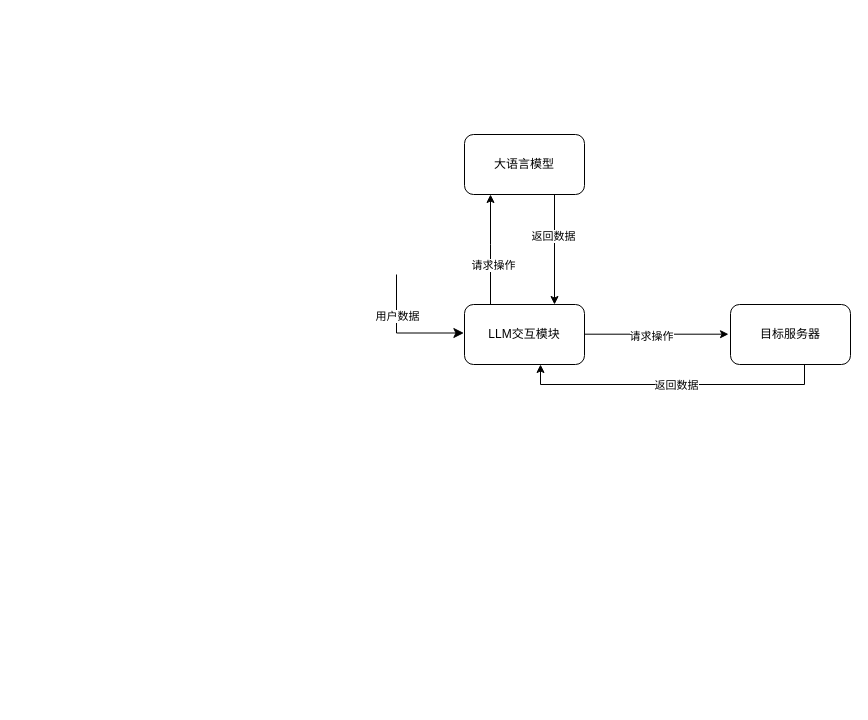
Earlier version of the draw.io diagram 一层数据流.drawio (RimLutienpeist/Draw_io_Repo). Source tidied: cells renumbered, new cells numbered last; positions are measured from the earlier drawing's top-left corner, leaving out a move shared by most shapes. Both pictures are drawn from the tidied source at 100%, with x=0, y=0 at pixel (396, 134).
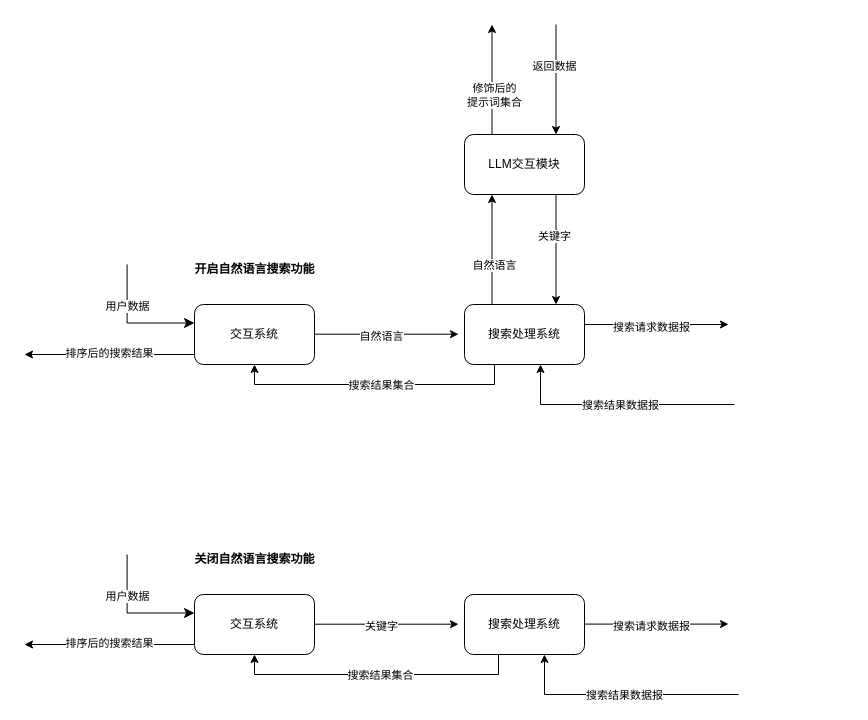
The same page after the edit.

Commit message (it also covers changes not shown here):
更新一层数据流.drawio

Change to the diagram source:
```diff
@@
-    <mxCell id="2" value="LLM交互模块" style="rounded=1;whiteSpace=wrap;html=1;" parent="1" vertex="1">
+    <mxCell id="2" value="搜索处理系统" style="rounded=1;whiteSpace=wrap;html=1;" parent="1" vertex="1">
       <mxGeometry x="68" y="170" width="120" height="60" as="geometry" />
     </mxCell>
-    <mxCell id="3" value="目标服务器" style="rounded=1;whiteSpace=wrap;html=1;" parent="1" vertex="1">
-      <mxGeometry x="334" y="170" width="120" height="60" as="geometry" />
-    </mxCell>
-    <mxCell id="4" value="大语言模型" style="rounded=1;whiteSpace=wrap;html=1;" parent="1" vertex="1">
+    <mxCell id="4" value="LLM交互模块" style="rounded=1;whiteSpace=wrap;html=1;" parent="1" vertex="1">
       <mxGeometry x="68" width="120" height="60" as="geometry" />
     </mxCell>
     <mxCell id="5" style="endArrow=classic;html=1;rounded=0;entryX=0.25;entryY=1;entryDx=0;entryDy=0;exitX=0.25;exitY=0;exitDx=0;exitDy=0;" parent="1" edge="1">
       <mxGeometry relative="1" as="geometry">
-        <mxPoint x="94" y="170" as="sourcePoint" />
-        <mxPoint x="94" y="60" as="targetPoint" />
+        <mxPoint x="95.5" as="sourcePoint" />
+        <mxPoint x="95.5" y="-110" as="targetPoint" />
         <Array as="points">
-          <mxPoint x="94" y="110" />
+          <mxPoint x="95.5" y="-60" />
         </Array>
       </mxGeometry>
     </mxCell>
-    <mxCell id="6" value="请求操作" style="edgeLabel;html=1;align=center;verticalAlign=middle;" parent="5" vertex="1">
+    <mxCell id="6" value="修饰后的&lt;br&gt;提示词集合" style="edgeLabel;html=1;align=center;verticalAlign=middle;" parent="5" vertex="1">
       <mxGeometry x="-0.03" y="-2" relative="1" as="geometry">
         <mxPoint y="13" as="offset" />
       </mxGeometry>
     </mxCell>
-    <mxCell id="7" style="endArrow=classic;html=1;rounded=0;exitX=0.75;exitY=1;exitDx=0;exitDy=0;entryX=0.75;entryY=0;entryDx=0;entryDy=0;" parent="1" edge="1" source="4" target="2">
-      <mxGeometry relative="1" as="geometry" />
+    <mxCell id="7" style="endArrow=classic;html=1;rounded=0;exitX=0.75;exitY=1;exitDx=0;exitDy=0;entryX=0.75;entryY=0;entryDx=0;entryDy=0;" parent="1" edge="1">
+      <mxGeometry relative="1" as="geometry">
+        <mxPoint x="159.5" y="-110" as="sourcePoint" />
+        <mxPoint x="159.5" as="targetPoint" />
+      </mxGeometry>
     </mxCell>
@@
     <mxCell id="9" style="endArrow=classic;html=1;rounded=0;exitX=1;exitY=0.5;exitDx=0;exitDy=0;entryX=0;entryY=0.5;entryDx=0;entryDy=0;" parent="1" edge="1">
       <mxGeometry relative="1" as="geometry">
-        <mxPoint x="188" y="199.7" as="sourcePoint" />
-        <mxPoint x="332" y="199.7" as="targetPoint" />
+        <mxPoint x="188" y="190" as="sourcePoint" />
+        <mxPoint x="332" y="190" as="targetPoint" />
       </mxGeometry>
     </mxCell>
-    <mxCell id="10" value="请求操作" style="edgeLabel;html=1;align=center;verticalAlign=middle;" parent="9" vertex="1">
+    <mxCell id="10" value="搜索请求数据报" style="edgeLabel;html=1;align=center;verticalAlign=middle;" parent="9" vertex="1">
       <mxGeometry x="-0.08" y="-2" relative="1" as="geometry" />
     </mxCell>
-    <mxCell id="11" style="edgeStyle=orthogonalEdgeStyle;rounded=0;orthogonalLoop=1;jettySize=auto;html=1;exitX=0.5;exitY=1;exitDx=0;exitDy=0;entryX=0.5;entryY=1;entryDx=0;entryDy=0;" parent="1" edge="1">
+    <mxCell id="11" style="edgeStyle=orthogonalEdgeStyle;rounded=0;orthogonalLoop=1;jettySize=auto;html=1;entryX=0.5;entryY=1;entryDx=0;entryDy=0;" parent="1" edge="1">
       <mxGeometry relative="1" as="geometry">
-        <mxPoint x="408" y="230" as="sourcePoint" />
+        <mxPoint x="338" y="270" as="sourcePoint" />
         <mxPoint x="144" y="230" as="targetPoint" />
         <Array as="points">
-          <mxPoint x="408" y="250" />
-          <mxPoint x="144" y="250" />
+          <mxPoint x="338" y="270" />
+          <mxPoint x="144" y="270" />
         </Array>
       </mxGeometry>
     </mxCell>
-    <mxCell id="12" value="返回数据" style="edgeLabel;html=1;align=center;verticalAlign=middle;" parent="11" vertex="1">
+    <mxCell id="12" value="搜索结果数据报" style="edgeLabel;html=1;align=center;verticalAlign=middle;" parent="11" vertex="1">
       <mxGeometry x="-0.02" relative="1" as="geometry" />
     </mxCell>
     <mxCell id="13" style="edgeStyle=segmentEdgeStyle;endArrow=classic;html=1;curved=0;rounded=0;endSize=8;startSize=8;entryX=-0.022;entryY=0.475;entryDx=0;entryDy=0;entryPerimeter=0;" parent="1" edge="1">
       <mxGeometry relative="1" as="geometry">
-        <mxPoint y="140" as="sourcePoint" />
-        <mxPoint x="67.4" y="198.5" as="targetPoint" />
+        <mxPoint x="-269.4" y="130" as="sourcePoint" />
+        <mxPoint x="-202" y="188.5" as="targetPoint" />
         <Array as="points">
-          <mxPoint y="198" />
+          <mxPoint x="-269.4" y="188" />
         </Array>
       </mxGeometry>
     </mxCell>
@@
+    <mxCell id="15" value="交互系统" style="rounded=1;whiteSpace=wrap;html=1;" parent="1" vertex="1">
+      <mxGeometry x="-202" y="170" width="120" height="60" as="geometry" />
+    </mxCell>
+    <mxCell id="16" style="endArrow=classic;html=1;rounded=0;exitX=1;exitY=0.5;exitDx=0;exitDy=0;entryX=0;entryY=0.5;entryDx=0;entryDy=0;" parent="1" edge="1">
+      <mxGeometry relative="1" as="geometry">
+        <mxPoint x="-82" y="199.7" as="sourcePoint" />
+        <mxPoint x="62" y="199.7" as="targetPoint" />
+      </mxGeometry>
+    </mxCell>
+    <mxCell id="17" value="自然语言" style="edgeLabel;html=1;align=center;verticalAlign=middle;" parent="16" vertex="1">
+      <mxGeometry x="-0.08" y="-2" relative="1" as="geometry" />
+    </mxCell>
+    <mxCell id="18" value="搜索处理系统" style="rounded=1;whiteSpace=wrap;html=1;" parent="1" vertex="1">
+      <mxGeometry x="68" y="460" width="120" height="60" as="geometry" />
+    </mxCell>
+    <mxCell id="19" style="edgeStyle=segmentEdgeStyle;endArrow=classic;html=1;curved=0;rounded=0;endSize=8;startSize=8;entryX=-0.022;entryY=0.475;entryDx=0;entryDy=0;entryPerimeter=0;" parent="1" edge="1">
+      <mxGeometry relative="1" as="geometry">
+        <mxPoint x="-269.4" y="420" as="sourcePoint" />
+        <mxPoint x="-202" y="478.5" as="targetPoint" />
+        <Array as="points">
+          <mxPoint x="-269.4" y="478" />
+        </Array>
+      </mxGeometry>
+    </mxCell>
+    <mxCell id="20" value="用户数据" style="edgeLabel;html=1;align=center;verticalAlign=middle;" parent="19" vertex="1">
+      <mxGeometry x="-0.35" relative="1" as="geometry" />
+    </mxCell>
+    <mxCell id="21" value="交互系统" style="rounded=1;whiteSpace=wrap;html=1;" parent="1" vertex="1">
+      <mxGeometry x="-202" y="460" width="120" height="60" as="geometry" />
+    </mxCell>
+    <mxCell id="22" style="endArrow=classic;html=1;rounded=0;exitX=1;exitY=0.5;exitDx=0;exitDy=0;entryX=0;entryY=0.5;entryDx=0;entryDy=0;" parent="1" edge="1">
+      <mxGeometry relative="1" as="geometry">
+        <mxPoint x="-82" y="489.7" as="sourcePoint" />
+        <mxPoint x="62" y="489.7" as="targetPoint" />
+      </mxGeometry>
+    </mxCell>
+    <mxCell id="23" value="关键字" style="edgeLabel;html=1;align=center;verticalAlign=middle;" parent="22" vertex="1">
+      <mxGeometry x="-0.08" y="-2" relative="1" as="geometry" />
+    </mxCell>
+    <mxCell id="24" style="endArrow=classic;html=1;rounded=0;entryX=0.25;entryY=1;entryDx=0;entryDy=0;exitX=0.25;exitY=0;exitDx=0;exitDy=0;" parent="1" edge="1">
+      <mxGeometry relative="1" as="geometry">
+        <mxPoint x="95.5" y="170" as="sourcePoint" />
+        <mxPoint x="95.5" y="60" as="targetPoint" />
+        <Array as="points">
+          <mxPoint x="95.5" y="110" />
+        </Array>
+      </mxGeometry>
+    </mxCell>
+    <mxCell id="25" value="自然语言" style="edgeLabel;html=1;align=center;verticalAlign=middle;" parent="24" vertex="1">
+      <mxGeometry x="-0.03" y="-2" relative="1" as="geometry">
+        <mxPoint y="13" as="offset" />
+      </mxGeometry>
+    </mxCell>
+    <mxCell id="26" style="endArrow=classic;html=1;rounded=0;exitX=0.75;exitY=1;exitDx=0;exitDy=0;entryX=0.75;entryY=0;entryDx=0;entryDy=0;" parent="1" edge="1">
+      <mxGeometry relative="1" as="geometry">
+        <mxPoint x="159.5" y="60" as="sourcePoint" />
+        <mxPoint x="159.5" y="170" as="targetPoint" />
+      </mxGeometry>
+    </mxCell>
+    <mxCell id="27" value="关键字" style="edgeLabel;html=1;align=center;verticalAlign=middle;" parent="26" vertex="1">
+      <mxGeometry x="0.01" y="-2" relative="1" as="geometry">
+        <mxPoint y="-15" as="offset" />
+      </mxGeometry>
+    </mxCell>
+    <mxCell id="28" style="endArrow=classic;html=1;rounded=0;exitX=1;exitY=0.5;exitDx=0;exitDy=0;entryX=0;entryY=0.5;entryDx=0;entryDy=0;" parent="1" edge="1">
+      <mxGeometry relative="1" as="geometry">
+        <mxPoint x="188" y="489.6" as="sourcePoint" />
+        <mxPoint x="332" y="489.6" as="targetPoint" />
+      </mxGeometry>
+    </mxCell>
+    <mxCell id="29" value="搜索请求数据报" style="edgeLabel;html=1;align=center;verticalAlign=middle;" parent="28" vertex="1">
+      <mxGeometry x="-0.08" y="-2" relative="1" as="geometry" />
+    </mxCell>
+    <mxCell id="30" style="edgeStyle=orthogonalEdgeStyle;rounded=0;orthogonalLoop=1;jettySize=auto;html=1;exitX=0.5;exitY=1;exitDx=0;exitDy=0;" parent="1" edge="1">
+      <mxGeometry relative="1" as="geometry">
+        <mxPoint x="102" y="520" as="sourcePoint" />
+        <mxPoint x="-142" y="520" as="targetPoint" />
+        <Array as="points">
+          <mxPoint x="102" y="540" />
+          <mxPoint x="-142" y="540" />
+          <mxPoint x="-142" y="520" />
+        </Array>
+      </mxGeometry>
+    </mxCell>
+    <mxCell id="31" value="搜索结果集合" style="edgeLabel;html=1;align=center;verticalAlign=middle;" parent="30" vertex="1">
+      <mxGeometry x="-0.02" relative="1" as="geometry" />
+    </mxCell>
+    <mxCell id="32" style="edgeStyle=orthogonalEdgeStyle;rounded=0;orthogonalLoop=1;jettySize=auto;html=1;exitX=0.5;exitY=1;exitDx=0;exitDy=0;" parent="1" edge="1">
+      <mxGeometry relative="1" as="geometry">
+        <mxPoint x="92" y="230" as="sourcePoint" />
+        <mxPoint x="-142" y="230" as="targetPoint" />
+        <Array as="points">
+          <mxPoint x="98" y="230" />
+          <mxPoint x="98" y="250" />
+          <mxPoint x="-142" y="250" />
+        </Array>
+      </mxGeometry>
+    </mxCell>
+    <mxCell id="33" value="搜索结果集合" style="edgeLabel;html=1;align=center;verticalAlign=middle;" parent="32" vertex="1">
+      <mxGeometry x="-0.02" relative="1" as="geometry" />
+    </mxCell>
+    <mxCell id="34" style="edgeStyle=orthogonalEdgeStyle;rounded=0;orthogonalLoop=1;jettySize=auto;html=1;entryX=0.5;entryY=1;entryDx=0;entryDy=0;" parent="1" edge="1">
+      <mxGeometry relative="1" as="geometry">
+        <mxPoint x="342" y="560" as="sourcePoint" />
+        <mxPoint x="148" y="520" as="targetPoint" />
+        <Array as="points">
+          <mxPoint x="342" y="560" />
+          <mxPoint x="148" y="560" />
+        </Array>
+      </mxGeometry>
+    </mxCell>
+    <mxCell id="35" value="搜索结果数据报" style="edgeLabel;html=1;align=center;verticalAlign=middle;" parent="34" vertex="1">
+      <mxGeometry x="-0.02" relative="1" as="geometry" />
+    </mxCell>
+    <mxCell id="36" value="&lt;b&gt;开启自然语言搜索功能&lt;/b&gt;" style="text;html=1;align=center;verticalAlign=middle;strokeColor=none;fillColor=none;" parent="1" vertex="1">
+      <mxGeometry x="-222" y="120" width="160" height="30" as="geometry" />
+    </mxCell>
+    <mxCell id="37" value="&lt;b&gt;关闭自然语言搜索功能&lt;/b&gt;" style="text;html=1;align=center;verticalAlign=middle;strokeColor=none;fillColor=none;" parent="1" vertex="1">
+      <mxGeometry x="-222" y="410" width="160" height="30" as="geometry" />
+    </mxCell>
+    <mxCell id="38" style="endArrow=classic;html=1;rounded=0;" parent="1" edge="1">
+      <mxGeometry relative="1" as="geometry">
+        <mxPoint x="-202" y="510" as="sourcePoint" />
+        <mxPoint x="-372" y="510" as="targetPoint" />
+      </mxGeometry>
+    </mxCell>
+    <mxCell id="39" value="排序后的搜索结果" style="edgeLabel;html=1;align=center;verticalAlign=middle;" parent="38" vertex="1">
+      <mxGeometry x="0.01" y="-2" relative="1" as="geometry" />
+    </mxCell>
+    <mxCell id="40" style="endArrow=classic;html=1;rounded=0;" parent="1" edge="1">
+      <mxGeometry relative="1" as="geometry">
+        <mxPoint x="-202" y="220" as="sourcePoint" />
+        <mxPoint x="-372" y="220" as="targetPoint" />
+      </mxGeometry>
+    </mxCell>
+    <mxCell id="41" value="排序后的搜索结果" style="edgeLabel;html=1;align=center;verticalAlign=middle;" parent="40" vertex="1">
+      <mxGeometry x="0.01" y="-2" relative="1" as="geometry" />
+    </mxCell>
```
